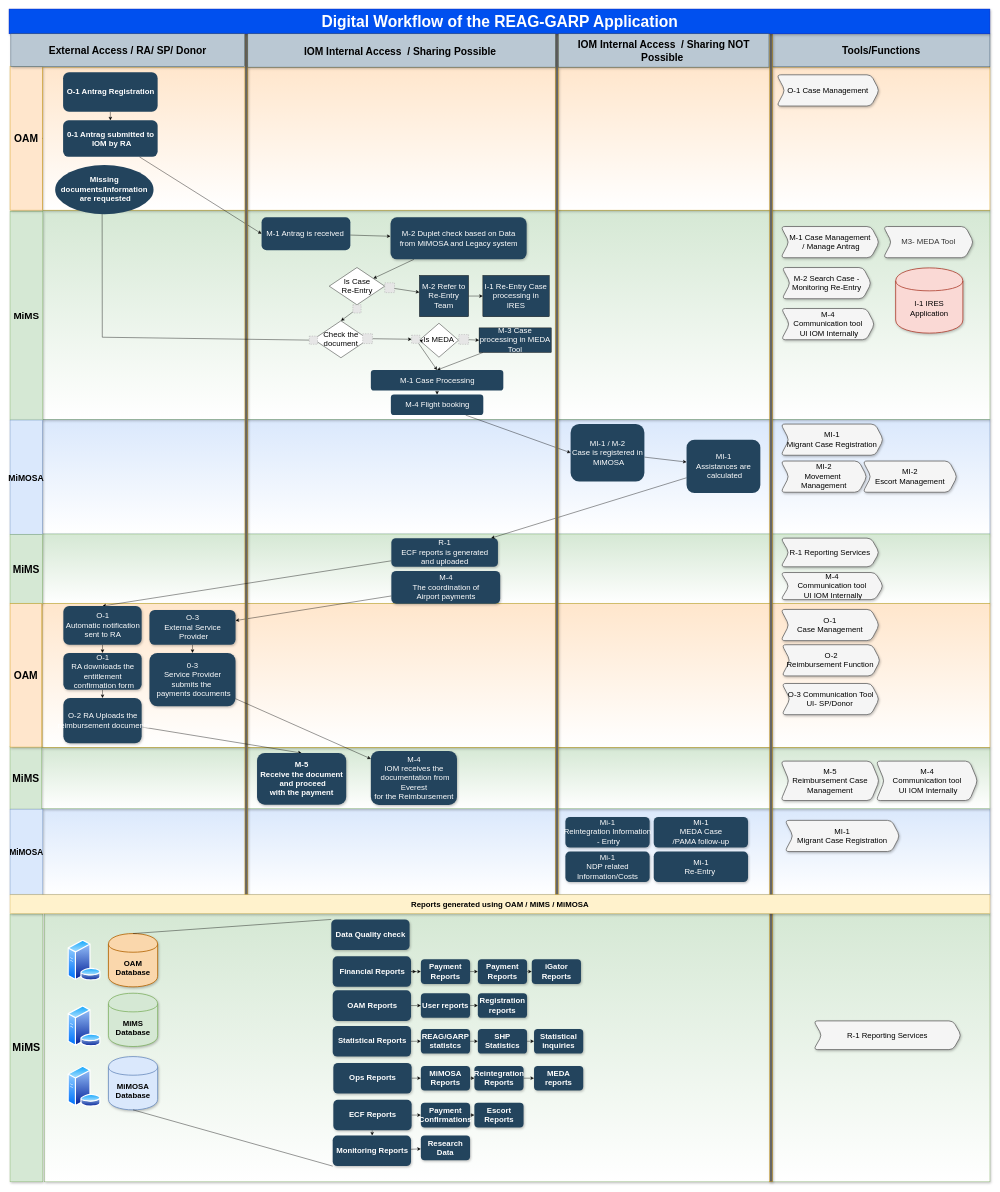
Above: page "V2-CP-CHANGE" (7 of 9) of IOM-IM-Diagram.drawio in muhip1/azure-streaminganalytics-SQLdb-PowerBi-Grafana-tutorial (draw.io), before the change. Source tidied: cells renumbered, new cells numbered last; positions are measured from the earlier drawing's top-left corner, leaving out a move shared by most shapes. Both pictures are drawn from the tidied source at 41%, with x=0, y=0 at pixel (9, 9). Pictures stored in the file or linked from it are replaced by grey dashed boxes.
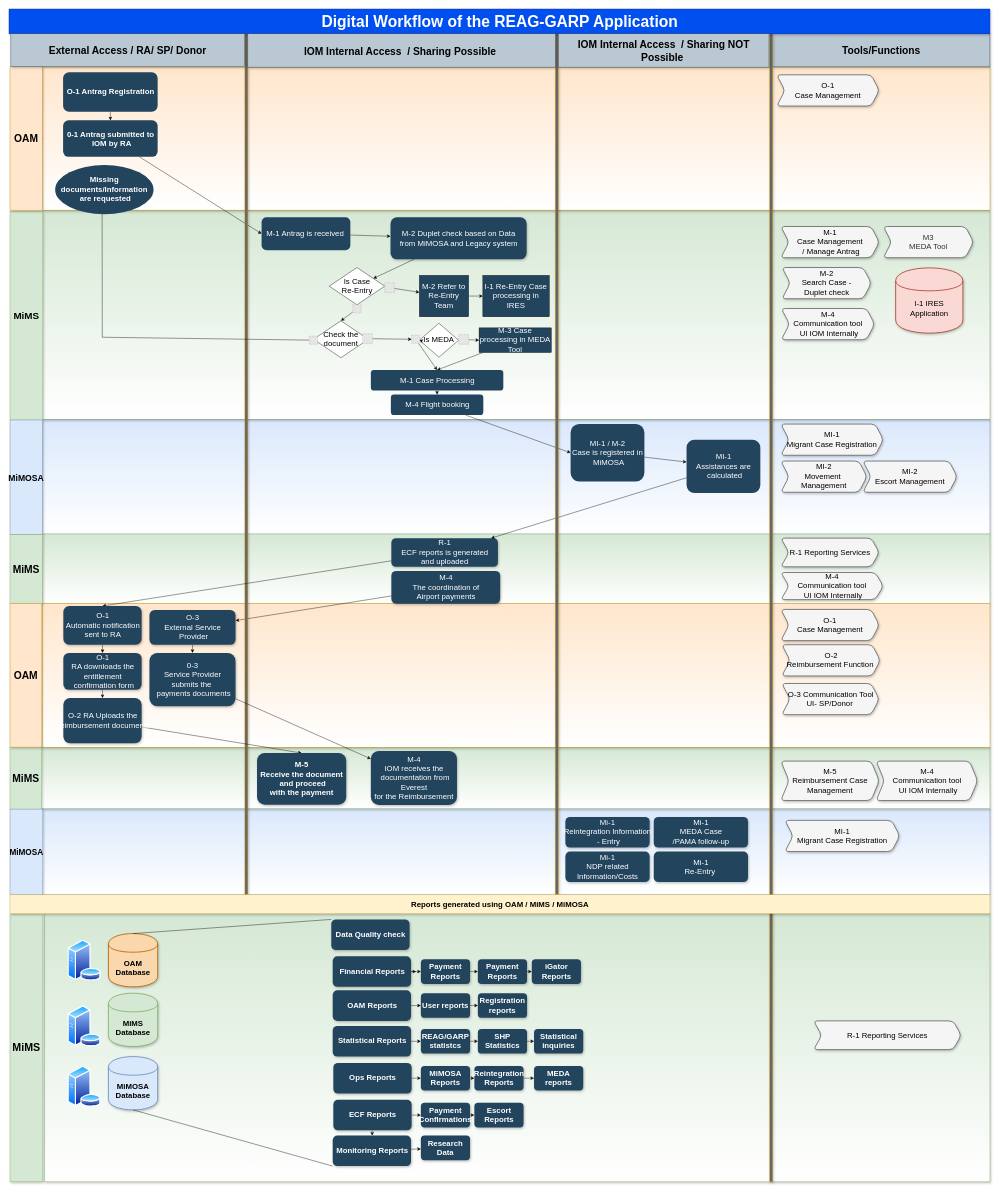
After the change.

Change to the diagram source:
```diff
@@
-    <mxCell id="105" value="&lt;span style=&quot;color: rgb(0, 0, 0); font-size: 19px;&quot;&gt;O-1 Case Management&lt;/span&gt;" style="shape=step;perimeter=stepPerimeter;whiteSpace=wrap;html=1;fixedSize=1;rounded=1;shadow=1;strokeColor=#666666;strokeWidth=2;fillColor=#f5f5f5;fontColor=#333333;fontSize=19;fontStyle=0;" parent="1" vertex="1">
+    <mxCell id="105" value="&lt;span style=&quot;color: rgb(0 , 0 , 0) ; font-size: 19px&quot;&gt;O-1 &lt;br&gt;Case Management&lt;/span&gt;" style="shape=step;perimeter=stepPerimeter;whiteSpace=wrap;html=1;fixedSize=1;rounded=1;shadow=1;strokeColor=#666666;strokeWidth=2;fillColor=#f5f5f5;fontColor=#333333;fontSize=19;fontStyle=0;" parent="1" vertex="1">
       <mxGeometry x="1872" y="160" width="250" height="76.1" as="geometry" />
     </mxCell>
-    <mxCell id="106" value="&lt;span style=&quot;color: rgb(0, 0, 0); font-size: 19px;&quot;&gt;M-1 Case Management&lt;br style=&quot;font-size: 19px;&quot;&gt;&amp;nbsp;/ Manage Antrag&lt;/span&gt;" style="shape=step;perimeter=stepPerimeter;whiteSpace=wrap;html=1;fixedSize=1;rounded=1;shadow=1;strokeColor=#666666;strokeWidth=2;fillColor=#f5f5f5;fontColor=#333333;fontSize=19;fontStyle=0;" parent="1" vertex="1">
+    <mxCell id="106" value="&lt;span style=&quot;color: rgb(0 , 0 , 0) ; font-size: 19px&quot;&gt;M-1 &lt;br&gt;Case Management&lt;br style=&quot;font-size: 19px&quot;&gt;&amp;nbsp;/ Manage Antrag&lt;/span&gt;" style="shape=step;perimeter=stepPerimeter;whiteSpace=wrap;html=1;fixedSize=1;rounded=1;shadow=1;strokeColor=#666666;strokeWidth=2;fillColor=#f5f5f5;fontColor=#333333;fontSize=19;fontStyle=0;" parent="1" vertex="1">
       <mxGeometry x="1882" y="530" width="240" height="76.1" as="geometry" />
     </mxCell>
@@
-    <mxCell id="108" value="&lt;span style=&quot;color: rgb(0, 0, 0); font-size: 19px;&quot;&gt;M-2 Search Case -&lt;/span&gt;&lt;br style=&quot;color: rgb(0, 0, 0); font-size: 19px;&quot;&gt;&lt;span style=&quot;color: rgb(0, 0, 0); font-size: 19px;&quot;&gt;Monitoring Re-Entry&lt;/span&gt;" style="shape=step;perimeter=stepPerimeter;whiteSpace=wrap;html=1;fixedSize=1;rounded=1;shadow=1;strokeColor=#666666;strokeWidth=2;fillColor=#f5f5f5;fontColor=#333333;fontSize=19;fontStyle=0;" parent="1" vertex="1">
+    <mxCell id="108" value="&lt;span style=&quot;color: rgb(0 , 0 , 0)&quot;&gt;M-2&lt;br&gt;Search Case -&lt;/span&gt;&lt;br style=&quot;color: rgb(0 , 0 , 0)&quot;&gt;&lt;span style=&quot;color: rgb(0 , 0 , 0)&quot;&gt;Duplet check&lt;/span&gt;" style="shape=step;perimeter=stepPerimeter;whiteSpace=wrap;html=1;fixedSize=1;rounded=1;shadow=1;strokeColor=#666666;strokeWidth=2;fillColor=#f5f5f5;fontColor=#333333;fontSize=19;fontStyle=0;" parent="1" vertex="1">
       <mxGeometry x="1885" y="630" width="217.5" height="76.1" as="geometry" />
     </mxCell>
@@
-    <mxCell id="112" value="M3- MEDA Tool" style="shape=step;perimeter=stepPerimeter;whiteSpace=wrap;html=1;fixedSize=1;rounded=1;shadow=1;strokeColor=#666666;strokeWidth=2;fillColor=#f5f5f5;fontColor=#333333;fontSize=19;fontStyle=0;" parent="1" vertex="1">
+    <mxCell id="112" value="M3&lt;br&gt;MEDA Tool" style="shape=step;perimeter=stepPerimeter;whiteSpace=wrap;html=1;fixedSize=1;rounded=1;shadow=1;strokeColor=#666666;strokeWidth=2;fillColor=#f5f5f5;fontColor=#333333;fontSize=19;fontStyle=0;" parent="1" vertex="1">
       <mxGeometry x="2132" y="530" width="220" height="76.1" as="geometry" />
     </mxCell>
```
